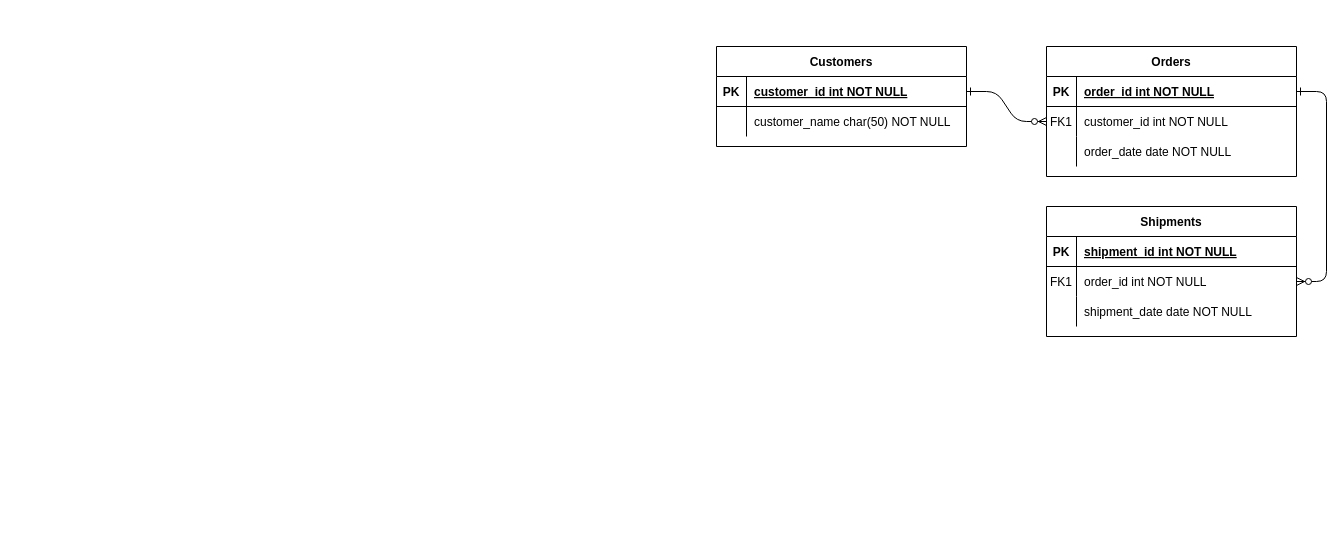
Above: Untitled Diagram.drawio in Joy-kitet/clinic-booking (draw.io), before the change. Source tidied: cells renumbered, new cells numbered last; positions are measured from the earlier drawing's top-left corner, leaving out a move shared by most shapes. Both pictures are drawn from the tidied source at 100%, with x=0, y=0 at pixel (716, 46).
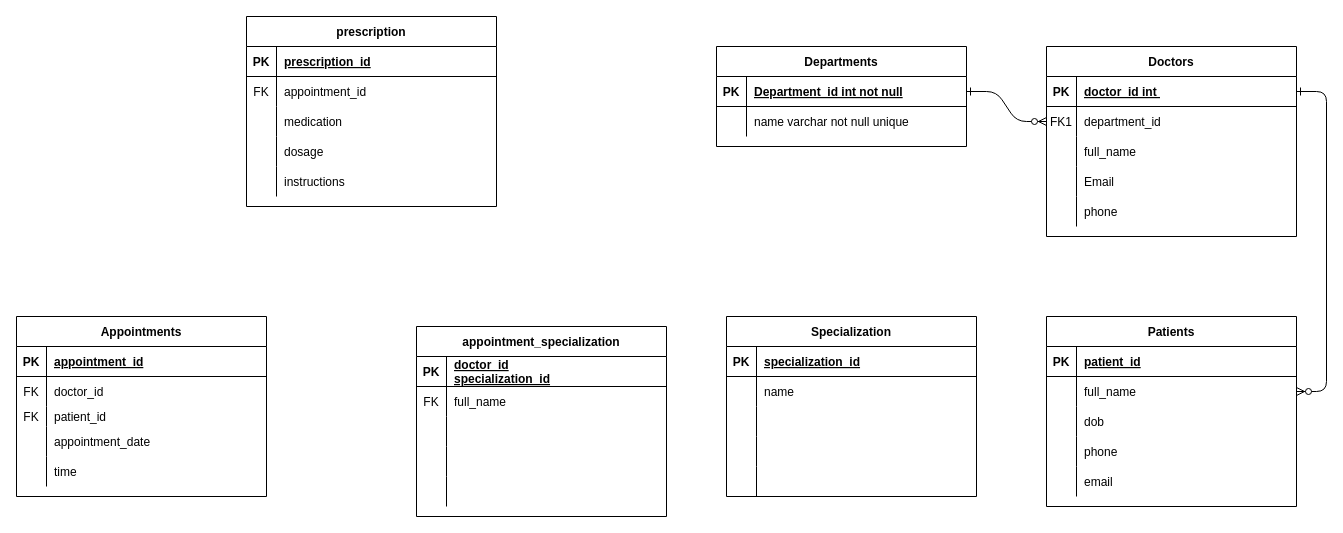
The same page after the edit.

The change refers to these unchanged cells:
```xml
<mxCell id="5" style="shape=partialRectangle;fillColor=none;points=[[0,0.5],[1,0.5]];portConstraint=eastwest;top=0;left=0;right=0;bottom=1;" parent="4" vertex="1">
  <mxGeometry y="30" width="250" height="30" as="geometry" />
</mxCell>
<mxCell id="8" style="shape=partialRectangle;fillColor=none;points=[[0,0.5],[1,0.5]];portConstraint=eastwest;top=0;left=0;right=0;bottom=0;" parent="4" vertex="1">
  <mxGeometry y="60" width="250" height="30" as="geometry" />
</mxCell>
<mxCell id="11" style="shape=partialRectangle;fillColor=none;top=0;left=0;right=0;bottom=0;" parent="4" vertex="1">
  <mxGeometry y="90" width="250" height="30" as="geometry" />
</mxCell>
<mxCell id="15" style="shape=partialRectangle;fillColor=none;top=0;left=0;right=0;bottom=1;" parent="14" vertex="1">
  <mxGeometry y="30" width="250" height="30" as="geometry" />
</mxCell>
<mxCell id="18" style="shape=partialRectangle;fillColor=none;points=[[0,0.5],[1,0.5]];portConstraint=eastwest;top=0;left=0;right=0;bottom=0;" parent="14" vertex="1">
  <mxGeometry y="60" width="250" height="30" as="geometry" />
</mxCell>
<mxCell id="21" style="shape=partialRectangle;fillColor=none;top=0;left=0;right=0;bottom=0;" parent="14" vertex="1">
  <mxGeometry y="90" width="250" height="30" as="geometry" />
</mxCell>
<mxCell id="25" style="shape=partialRectangle;fillColor=none;points=[[0,0.5],[1,0.5]];portConstraint=eastwest;top=0;left=0;right=0;bottom=1;" parent="24" vertex="1">
  <mxGeometry y="30" width="250" height="30" as="geometry" />
</mxCell>
<mxCell id="28" style="shape=partialRectangle;fillColor=none;top=0;left=0;right=0;bottom=0;" parent="24" vertex="1">
  <mxGeometry y="60" width="250" height="30" as="geometry" />
</mxCell>
```

Diff of the diagram source:
```diff
@@
-    <mxCell id="4" value="Orders" style="shape=table;startSize=30;childLayout=tableLayout;rowLines=0;fontStyle=1;align=center;" parent="1" vertex="1">
-      <mxGeometry x="330" width="250" height="130" as="geometry" />
+    <mxCell id="4" value="Doctors" style="shape=table;startSize=30;childLayout=tableLayout;rowLines=0;fontStyle=1;align=center;" parent="1" vertex="1">
+      <mxGeometry x="330" width="250" height="190" as="geometry" />
     </mxCell>
@@
-    <mxCell id="7" value="order_id int NOT NULL " style="shape=partialRectangle;overflow=hidden;fillColor=none;top=0;left=0;bottom=0;right=0;align=left;spacingLeft=6;fontStyle=5;" parent="5" vertex="1">
+    <mxCell id="7" value="doctor_id int " style="shape=partialRectangle;overflow=hidden;fillColor=none;top=0;left=0;bottom=0;right=0;align=left;spacingLeft=6;fontStyle=5;" parent="5" vertex="1">
       <mxGeometry x="30" width="220" height="30" as="geometry" />
     </mxCell>
@@
-    <mxCell id="10" value="customer_id int NOT NULL" style="shape=partialRectangle;overflow=hidden;fillColor=none;top=0;left=0;bottom=0;right=0;align=left;spacingLeft=6;" parent="8" vertex="1">
+    <mxCell id="10" value="department_id" style="shape=partialRectangle;overflow=hidden;fillColor=none;top=0;left=0;bottom=0;right=0;align=left;spacingLeft=6;" parent="8" vertex="1">
       <mxGeometry x="30" width="220" height="30" as="geometry" />
     </mxCell>
@@
-    <mxCell id="13" value="order_date date NOT NULL" style="shape=partialRectangle;overflow=hidden;fillColor=none;top=0;left=0;bottom=0;right=0;align=left;spacingLeft=6;" parent="11" vertex="1">
+    <mxCell id="13" value="full_name" style="shape=partialRectangle;overflow=hidden;fillColor=none;top=0;left=0;bottom=0;right=0;align=left;spacingLeft=6;" parent="11" vertex="1">
       <mxGeometry x="30" width="220" height="30" as="geometry" />
     </mxCell>
+    <mxCell id="31" style="shape=partialRectangle;fillColor=none;top=0;left=0;right=0;bottom=0;" parent="4" vertex="1">
+      <mxGeometry y="120" width="250" height="30" as="geometry" />
+    </mxCell>
+    <mxCell id="32" style="shape=partialRectangle;overflow=hidden;fillColor=none;top=0;left=0;bottom=0;right=0;" parent="31" vertex="1">
+      <mxGeometry width="30" height="30" as="geometry" />
+    </mxCell>
+    <mxCell id="33" value="Email" style="shape=partialRectangle;overflow=hidden;fillColor=none;top=0;left=0;bottom=0;right=0;align=left;spacingLeft=6;" parent="31" vertex="1">
+      <mxGeometry x="30" width="220" height="30" as="geometry" />
+    </mxCell>
+    <mxCell id="34" style="shape=partialRectangle;fillColor=none;top=0;left=0;right=0;bottom=0;" parent="4" vertex="1">
+      <mxGeometry y="150" width="250" height="30" as="geometry" />
+    </mxCell>
+    <mxCell id="35" style="shape=partialRectangle;overflow=hidden;fillColor=none;top=0;left=0;bottom=0;right=0;" parent="34" vertex="1">
+      <mxGeometry width="30" height="30" as="geometry" />
+    </mxCell>
+    <mxCell id="36" value="phone" style="shape=partialRectangle;overflow=hidden;fillColor=none;top=0;left=0;bottom=0;right=0;align=left;spacingLeft=6;" parent="34" vertex="1">
+      <mxGeometry x="30" width="220" height="30" as="geometry" />
+    </mxCell>
-    <mxCell id="14" value="Shipments" style="shape=table;startSize=30;childLayout=tableLayout;rowLines=0;fontStyle=1;align=center;" parent="1" vertex="1">
-      <mxGeometry x="330" y="160" width="250" height="130" as="geometry" />
+    <mxCell id="14" value="Patients" style="shape=table;startSize=30;childLayout=tableLayout;rowLines=0;fontStyle=1;align=center;" parent="1" vertex="1">
+      <mxGeometry x="330" y="270" width="250" height="190" as="geometry" />
     </mxCell>
@@
-    <mxCell id="17" value="shipment_id int NOT NULL " style="shape=partialRectangle;overflow=hidden;fillColor=none;top=0;left=0;bottom=0;right=0;align=left;spacingLeft=6;fontStyle=5;" parent="15" vertex="1">
+    <mxCell id="17" value="patient_id" style="shape=partialRectangle;overflow=hidden;fillColor=none;top=0;left=0;bottom=0;right=0;align=left;spacingLeft=6;fontStyle=5;" parent="15" vertex="1">
       <mxGeometry x="30" width="220" height="30" as="geometry" />
     </mxCell>
@@
-    <mxCell id="19" value="FK1" style="shape=partialRectangle;overflow=hidden;fillColor=none;top=0;left=0;bottom=0;right=0;" parent="18" vertex="1">
+    <mxCell id="19" style="shape=partialRectangle;overflow=hidden;fillColor=none;top=0;left=0;bottom=0;right=0;" parent="18" vertex="1">
       <mxGeometry width="30" height="30" as="geometry" />
     </mxCell>
-    <mxCell id="20" value="order_id int NOT NULL" style="shape=partialRectangle;overflow=hidden;fillColor=none;top=0;left=0;bottom=0;right=0;align=left;spacingLeft=6;" parent="18" vertex="1">
+    <mxCell id="20" value="full_name" style="shape=partialRectangle;overflow=hidden;fillColor=none;top=0;left=0;bottom=0;right=0;align=left;spacingLeft=6;" parent="18" vertex="1">
       <mxGeometry x="30" width="220" height="30" as="geometry" />
     </mxCell>
@@
-    <mxCell id="23" value="shipment_date date NOT NULL" style="shape=partialRectangle;overflow=hidden;fillColor=none;top=0;left=0;bottom=0;right=0;align=left;spacingLeft=6;" parent="21" vertex="1">
+    <mxCell id="23" value="dob" style="shape=partialRectangle;overflow=hidden;fillColor=none;top=0;left=0;bottom=0;right=0;align=left;spacingLeft=6;" parent="21" vertex="1">
       <mxGeometry x="30" width="220" height="30" as="geometry" />
     </mxCell>
+    <mxCell id="37" style="shape=partialRectangle;fillColor=none;top=0;left=0;right=0;bottom=0;" parent="14" vertex="1">
+      <mxGeometry y="120" width="250" height="30" as="geometry" />
+    </mxCell>
+    <mxCell id="38" style="shape=partialRectangle;overflow=hidden;fillColor=none;top=0;left=0;bottom=0;right=0;" parent="37" vertex="1">
+      <mxGeometry width="30" height="30" as="geometry" />
+    </mxCell>
+    <mxCell id="39" value="phone" style="shape=partialRectangle;overflow=hidden;fillColor=none;top=0;left=0;bottom=0;right=0;align=left;spacingLeft=6;" parent="37" vertex="1">
+      <mxGeometry x="30" width="220" height="30" as="geometry" />
+    </mxCell>
+    <mxCell id="40" style="shape=partialRectangle;fillColor=none;top=0;left=0;right=0;bottom=0;" parent="14" vertex="1">
+      <mxGeometry y="150" width="250" height="30" as="geometry" />
+    </mxCell>
+    <mxCell id="41" style="shape=partialRectangle;overflow=hidden;fillColor=none;top=0;left=0;bottom=0;right=0;" parent="40" vertex="1">
+      <mxGeometry width="30" height="30" as="geometry" />
+    </mxCell>
+    <mxCell id="42" value="email" style="shape=partialRectangle;overflow=hidden;fillColor=none;top=0;left=0;bottom=0;right=0;align=left;spacingLeft=6;" parent="40" vertex="1">
+      <mxGeometry x="30" width="220" height="30" as="geometry" />
+    </mxCell>
-    <mxCell id="24" value="Customers" style="shape=table;startSize=30;childLayout=tableLayout;rowLines=0;fontStyle=1;align=center;" parent="1" vertex="1">
+    <mxCell id="24" value="Departments" style="shape=table;startSize=30;childLayout=tableLayout;rowLines=0;fontStyle=1;align=center;" parent="1" vertex="1">
       <mxGeometry width="250" height="100" as="geometry" />
     </mxCell>
@@
-    <mxCell id="27" value="customer_id int NOT NULL " style="shape=partialRectangle;overflow=hidden;fillColor=none;top=0;left=0;bottom=0;right=0;align=left;spacingLeft=6;fontStyle=5;" parent="25" vertex="1">
+    <mxCell id="27" value="Department_id int not null" style="shape=partialRectangle;overflow=hidden;fillColor=none;top=0;left=0;bottom=0;right=0;align=left;spacingLeft=6;fontStyle=5;" parent="25" vertex="1">
       <mxGeometry x="30" width="220" height="30" as="geometry" />
     </mxCell>
@@
-    <mxCell id="30" value="customer_name char(50) NOT NULL" style="shape=partialRectangle;overflow=hidden;fillColor=none;top=0;left=0;bottom=0;right=0;align=left;spacingLeft=6;" parent="28" vertex="1">
+    <mxCell id="30" value="name varchar not null unique" style="shape=partialRectangle;overflow=hidden;fillColor=none;top=0;left=0;bottom=0;right=0;align=left;spacingLeft=6;" parent="28" vertex="1">
       <mxGeometry x="30" width="220" height="30" as="geometry" />
     </mxCell>
+    <mxCell id="43" value="Specialization" style="shape=table;startSize=30;childLayout=tableLayout;rowLines=0;fontStyle=1;align=center;" parent="1" vertex="1">
+      <mxGeometry x="10" y="270" width="250" height="180" as="geometry" />
+    </mxCell>
+    <mxCell id="44" style="shape=partialRectangle;fillColor=none;top=0;left=0;right=0;bottom=1;" parent="43" vertex="1">
+      <mxGeometry y="30" width="250" height="30" as="geometry" />
+    </mxCell>
+    <mxCell id="45" value="PK" style="shape=partialRectangle;overflow=hidden;fillColor=none;top=0;left=0;bottom=0;right=0;fontStyle=1;" parent="44" vertex="1">
+      <mxGeometry width="30" height="30" as="geometry" />
+    </mxCell>
+    <mxCell id="46" value="specialization_id" style="shape=partialRectangle;overflow=hidden;fillColor=none;top=0;left=0;bottom=0;right=0;align=left;spacingLeft=6;fontStyle=5;" parent="44" vertex="1">
+      <mxGeometry x="30" width="220" height="30" as="geometry" />
+    </mxCell>
+    <mxCell id="47" style="shape=partialRectangle;fillColor=none;top=0;left=0;right=0;bottom=0;" parent="43" vertex="1">
+      <mxGeometry y="60" width="250" height="30" as="geometry" />
+    </mxCell>
+    <mxCell id="48" style="shape=partialRectangle;overflow=hidden;fillColor=none;top=0;left=0;bottom=0;right=0;" parent="47" vertex="1">
+      <mxGeometry width="30" height="30" as="geometry" />
+    </mxCell>
+    <mxCell id="49" value="name" style="shape=partialRectangle;overflow=hidden;fillColor=none;top=0;left=0;bottom=0;right=0;align=left;spacingLeft=6;" parent="47" vertex="1">
+      <mxGeometry x="30" width="220" height="30" as="geometry" />
+    </mxCell>
+    <mxCell id="50" style="shape=partialRectangle;fillColor=none;top=0;left=0;right=0;bottom=0;" parent="43" vertex="1">
+      <mxGeometry y="90" width="250" height="30" as="geometry" />
+    </mxCell>
+    <mxCell id="51" style="shape=partialRectangle;overflow=hidden;fillColor=none;top=0;left=0;bottom=0;right=0;" parent="50" vertex="1">
+      <mxGeometry width="30" height="30" as="geometry" />
+    </mxCell>
+    <mxCell id="52" style="shape=partialRectangle;overflow=hidden;fillColor=none;top=0;left=0;bottom=0;right=0;align=left;spacingLeft=6;" parent="50" vertex="1">
+      <mxGeometry x="30" width="220" height="30" as="geometry" />
+    </mxCell>
+    <mxCell id="53" style="shape=partialRectangle;fillColor=none;top=0;left=0;right=0;bottom=0;" parent="43" vertex="1">
+      <mxGeometry y="120" width="250" height="30" as="geometry" />
+    </mxCell>
+    <mxCell id="54" style="shape=partialRectangle;overflow=hidden;fillColor=none;top=0;left=0;bottom=0;right=0;" parent="53" vertex="1">
+      <mxGeometry width="30" height="30" as="geometry" />
+    </mxCell>
+    <mxCell id="55" style="shape=partialRectangle;overflow=hidden;fillColor=none;top=0;left=0;bottom=0;right=0;align=left;spacingLeft=6;" parent="53" vertex="1">
+      <mxGeometry x="30" width="220" height="30" as="geometry" />
+    </mxCell>
+    <mxCell id="56" style="shape=partialRectangle;fillColor=none;top=0;left=0;right=0;bottom=0;" parent="43" vertex="1">
+      <mxGeometry y="150" width="250" height="30" as="geometry" />
+    </mxCell>
+    <mxCell id="57" style="shape=partialRectangle;overflow=hidden;fillColor=none;top=0;left=0;bottom=0;right=0;" parent="56" vertex="1">
+      <mxGeometry width="30" height="30" as="geometry" />
+    </mxCell>
+    <mxCell id="58" style="shape=partialRectangle;overflow=hidden;fillColor=none;top=0;left=0;bottom=0;right=0;align=left;spacingLeft=6;" parent="56" vertex="1">
+      <mxGeometry x="30" width="220" height="30" as="geometry" />
+    </mxCell>
+    <mxCell id="59" value="appointment_specialization" style="shape=table;startSize=30;childLayout=tableLayout;rowLines=0;fontStyle=1;align=center;" parent="1" vertex="1">
+      <mxGeometry x="-300" y="280" width="250" height="190" as="geometry" />
+    </mxCell>
+    <mxCell id="60" style="shape=partialRectangle;fillColor=none;top=0;left=0;right=0;bottom=1;" parent="59" vertex="1">
+      <mxGeometry y="30" width="250" height="30" as="geometry" />
+    </mxCell>
+    <mxCell id="61" value="PK" style="shape=partialRectangle;overflow=hidden;fillColor=none;top=0;left=0;bottom=0;right=0;fontStyle=1;" parent="60" vertex="1">
+      <mxGeometry width="30" height="30" as="geometry" />
+    </mxCell>
+    <mxCell id="62" value="doctor_id&#10;specialization_id" style="shape=partialRectangle;overflow=hidden;fillColor=none;top=0;left=0;bottom=0;right=0;align=left;spacingLeft=6;fontStyle=5;" parent="60" vertex="1">
+      <mxGeometry x="30" width="220" height="30" as="geometry" />
+    </mxCell>
+    <mxCell id="63" style="shape=partialRectangle;fillColor=none;top=0;left=0;right=0;bottom=0;" parent="59" vertex="1">
+      <mxGeometry y="60" width="250" height="30" as="geometry" />
+    </mxCell>
+    <mxCell id="64" value="FK" style="shape=partialRectangle;overflow=hidden;fillColor=none;top=0;left=0;bottom=0;right=0;" parent="63" vertex="1">
+      <mxGeometry width="30" height="30" as="geometry" />
+    </mxCell>
+    <mxCell id="65" value="full_name" style="shape=partialRectangle;overflow=hidden;fillColor=none;top=0;left=0;bottom=0;right=0;align=left;spacingLeft=6;" parent="63" vertex="1">
+      <mxGeometry x="30" width="220" height="30" as="geometry" />
+    </mxCell>
+    <mxCell id="66" style="shape=partialRectangle;fillColor=none;top=0;left=0;right=0;bottom=0;" parent="59" vertex="1">
+      <mxGeometry y="90" width="250" height="30" as="geometry" />
+    </mxCell>
+    <mxCell id="67" style="shape=partialRectangle;overflow=hidden;fillColor=none;top=0;left=0;bottom=0;right=0;" parent="66" vertex="1">
+      <mxGeometry width="30" height="30" as="geometry" />
+    </mxCell>
+    <mxCell id="68" style="shape=partialRectangle;overflow=hidden;fillColor=none;top=0;left=0;bottom=0;right=0;align=left;spacingLeft=6;" parent="66" vertex="1">
+      <mxGeometry x="30" width="220" height="30" as="geometry" />
+    </mxCell>
+    <mxCell id="69" style="shape=partialRectangle;fillColor=none;top=0;left=0;right=0;bottom=0;" parent="59" vertex="1">
+      <mxGeometry y="120" width="250" height="30" as="geometry" />
+    </mxCell>
+    <mxCell id="70" style="shape=partialRectangle;overflow=hidden;fillColor=none;top=0;left=0;bottom=0;right=0;" parent="69" vertex="1">
+      <mxGeometry width="30" height="30" as="geometry" />
+    </mxCell>
+    <mxCell id="71" style="shape=partialRectangle;overflow=hidden;fillColor=none;top=0;left=0;bottom=0;right=0;align=left;spacingLeft=6;" parent="69" vertex="1">
+      <mxGeometry x="30" width="220" height="30" as="geometry" />
+    </mxCell>
+    <mxCell id="72" style="shape=partialRectangle;fillColor=none;top=0;left=0;right=0;bottom=0;" parent="59" vertex="1">
+      <mxGeometry y="150" width="250" height="30" as="geometry" />
+    </mxCell>
+    <mxCell id="73" style="shape=partialRectangle;overflow=hidden;fillColor=none;top=0;left=0;bottom=0;right=0;" parent="72" vertex="1">
+      <mxGeometry width="30" height="30" as="geometry" />
+    </mxCell>
+    <mxCell id="74" style="shape=partialRectangle;overflow=hidden;fillColor=none;top=0;left=0;bottom=0;right=0;align=left;spacingLeft=6;" parent="72" vertex="1">
+      <mxGeometry x="30" width="220" height="30" as="geometry" />
+    </mxCell>
+    <mxCell id="75" value="Appointments" style="shape=table;startSize=30;childLayout=tableLayout;rowLines=0;fontStyle=1;align=center;" parent="1" vertex="1">
+      <mxGeometry x="-700" y="270" width="250" height="180" as="geometry" />
+    </mxCell>
+    <mxCell id="76" style="shape=partialRectangle;fillColor=none;top=0;left=0;right=0;bottom=1;" parent="75" vertex="1">
+      <mxGeometry y="30" width="250" height="30" as="geometry" />
+    </mxCell>
+    <mxCell id="77" value="PK" style="shape=partialRectangle;overflow=hidden;fillColor=none;top=0;left=0;bottom=0;right=0;fontStyle=1;" parent="76" vertex="1">
+      <mxGeometry width="30" height="30" as="geometry" />
+    </mxCell>
+    <mxCell id="78" value="appointment_id" style="shape=partialRectangle;overflow=hidden;fillColor=none;top=0;left=0;bottom=0;right=0;align=left;spacingLeft=6;fontStyle=5;" parent="76" vertex="1">
+      <mxGeometry x="30" width="220" height="30" as="geometry" />
+    </mxCell>
+    <mxCell id="79" style="shape=partialRectangle;fillColor=none;top=0;left=0;right=0;bottom=0;" parent="75" vertex="1">
+      <mxGeometry y="60" width="250" height="30" as="geometry" />
+    </mxCell>
+    <mxCell id="80" value="FK" style="shape=partialRectangle;overflow=hidden;fillColor=none;top=0;left=0;bottom=0;right=0;" parent="79" vertex="1">
+      <mxGeometry width="30" height="30" as="geometry" />
+    </mxCell>
+    <mxCell id="81" value="doctor_id" style="shape=partialRectangle;overflow=hidden;fillColor=none;top=0;left=0;bottom=0;right=0;align=left;spacingLeft=6;" parent="79" vertex="1">
+      <mxGeometry x="30" width="220" height="30" as="geometry" />
+    </mxCell>
+    <mxCell id="82" style="shape=partialRectangle;fillColor=none;top=0;left=0;right=0;bottom=0;" parent="75" vertex="1">
+      <mxGeometry y="90" width="250" height="20" as="geometry" />
+    </mxCell>
+    <mxCell id="83" value="FK" style="shape=partialRectangle;overflow=hidden;fillColor=none;top=0;left=0;bottom=0;right=0;" parent="82" vertex="1">
+      <mxGeometry width="30" height="20" as="geometry" />
+    </mxCell>
+    <mxCell id="84" value="patient_id" style="shape=partialRectangle;overflow=hidden;fillColor=none;top=0;left=0;bottom=0;right=0;align=left;spacingLeft=6;" parent="82" vertex="1">
+      <mxGeometry x="30" width="220" height="20" as="geometry" />
+    </mxCell>
+    <mxCell id="85" style="shape=partialRectangle;fillColor=none;top=0;left=0;right=0;bottom=0;" parent="75" vertex="1">
+      <mxGeometry y="110" width="250" height="30" as="geometry" />
+    </mxCell>
+    <mxCell id="86" style="shape=partialRectangle;overflow=hidden;fillColor=none;top=0;left=0;bottom=0;right=0;" parent="85" vertex="1">
+      <mxGeometry width="30" height="30" as="geometry" />
+    </mxCell>
+    <mxCell id="87" value="appointment_date" style="shape=partialRectangle;overflow=hidden;fillColor=none;top=0;left=0;bottom=0;right=0;align=left;spacingLeft=6;" parent="85" vertex="1">
+      <mxGeometry x="30" width="220" height="30" as="geometry" />
+    </mxCell>
+    <mxCell id="88" style="shape=partialRectangle;fillColor=none;top=0;left=0;right=0;bottom=0;" parent="75" vertex="1">
+      <mxGeometry y="140" width="250" height="30" as="geometry" />
+    </mxCell>
+    <mxCell id="89" style="shape=partialRectangle;overflow=hidden;fillColor=none;top=0;left=0;bottom=0;right=0;" parent="88" vertex="1">
+      <mxGeometry width="30" height="30" as="geometry" />
+    </mxCell>
+    <mxCell id="90" value="time" style="shape=partialRectangle;overflow=hidden;fillColor=none;top=0;left=0;bottom=0;right=0;align=left;spacingLeft=6;" parent="88" vertex="1">
+      <mxGeometry x="30" width="220" height="30" as="geometry" />
+    </mxCell>
+    <mxCell id="91" value="prescription" style="shape=table;startSize=30;childLayout=tableLayout;rowLines=0;fontStyle=1;align=center;" parent="1" vertex="1">
+      <mxGeometry x="-470" y="-30" width="250" height="190" as="geometry" />
+    </mxCell>
+    <mxCell id="92" style="shape=partialRectangle;fillColor=none;top=0;left=0;right=0;bottom=1;" parent="91" vertex="1">
+      <mxGeometry y="30" width="250" height="30" as="geometry" />
+    </mxCell>
+    <mxCell id="93" value="PK" style="shape=partialRectangle;overflow=hidden;fillColor=none;top=0;left=0;bottom=0;right=0;fontStyle=1;" parent="92" vertex="1">
+      <mxGeometry width="30" height="30" as="geometry" />
+    </mxCell>
+    <mxCell id="94" value="prescription_id" style="shape=partialRectangle;overflow=hidden;fillColor=none;top=0;left=0;bottom=0;right=0;align=left;spacingLeft=6;fontStyle=5;" parent="92" vertex="1">
+      <mxGeometry x="30" width="220" height="30" as="geometry" />
+    </mxCell>
+    <mxCell id="95" style="shape=partialRectangle;fillColor=none;top=0;left=0;right=0;bottom=0;" parent="91" vertex="1">
+      <mxGeometry y="60" width="250" height="30" as="geometry" />
+    </mxCell>
+    <mxCell id="96" value="FK" style="shape=partialRectangle;overflow=hidden;fillColor=none;top=0;left=0;bottom=0;right=0;" parent="95" vertex="1">
+      <mxGeometry width="30" height="30" as="geometry" />
+    </mxCell>
+    <mxCell id="97" value="appointment_id" style="shape=partialRectangle;overflow=hidden;fillColor=none;top=0;left=0;bottom=0;right=0;align=left;spacingLeft=6;" parent="95" vertex="1">
+      <mxGeometry x="30" width="220" height="30" as="geometry" />
+    </mxCell>
+    <mxCell id="98" style="shape=partialRectangle;fillColor=none;top=0;left=0;right=0;bottom=0;" parent="91" vertex="1">
+      <mxGeometry y="90" width="250" height="30" as="geometry" />
+    </mxCell>
+    <mxCell id="99" style="shape=partialRectangle;overflow=hidden;fillColor=none;top=0;left=0;bottom=0;right=0;" parent="98" vertex="1">
+      <mxGeometry width="30" height="30" as="geometry" />
+    </mxCell>
+    <mxCell id="100" value="medication" style="shape=partialRectangle;overflow=hidden;fillColor=none;top=0;left=0;bottom=0;right=0;align=left;spacingLeft=6;" parent="98" vertex="1">
+      <mxGeometry x="30" width="220" height="30" as="geometry" />
+    </mxCell>
+    <mxCell id="101" style="shape=partialRectangle;fillColor=none;top=0;left=0;right=0;bottom=0;" parent="91" vertex="1">
+      <mxGeometry y="120" width="250" height="30" as="geometry" />
+    </mxCell>
+    <mxCell id="102" style="shape=partialRectangle;overflow=hidden;fillColor=none;top=0;left=0;bottom=0;right=0;" parent="101" vertex="1">
+      <mxGeometry width="30" height="30" as="geometry" />
+    </mxCell>
+    <mxCell id="103" value="dosage" style="shape=partialRectangle;overflow=hidden;fillColor=none;top=0;left=0;bottom=0;right=0;align=left;spacingLeft=6;" parent="101" vertex="1">
+      <mxGeometry x="30" width="220" height="30" as="geometry" />
+    </mxCell>
+    <mxCell id="104" style="shape=partialRectangle;fillColor=none;top=0;left=0;right=0;bottom=0;" parent="91" vertex="1">
+      <mxGeometry y="150" width="250" height="30" as="geometry" />
+    </mxCell>
+    <mxCell id="105" style="shape=partialRectangle;overflow=hidden;fillColor=none;top=0;left=0;bottom=0;right=0;" parent="104" vertex="1">
+      <mxGeometry width="30" height="30" as="geometry" />
+    </mxCell>
+    <mxCell id="106" value="instructions" style="shape=partialRectangle;overflow=hidden;fillColor=none;top=0;left=0;bottom=0;right=0;align=left;spacingLeft=6;" parent="104" vertex="1">
+      <mxGeometry x="30" width="220" height="30" as="geometry" />
+    </mxCell>
```
